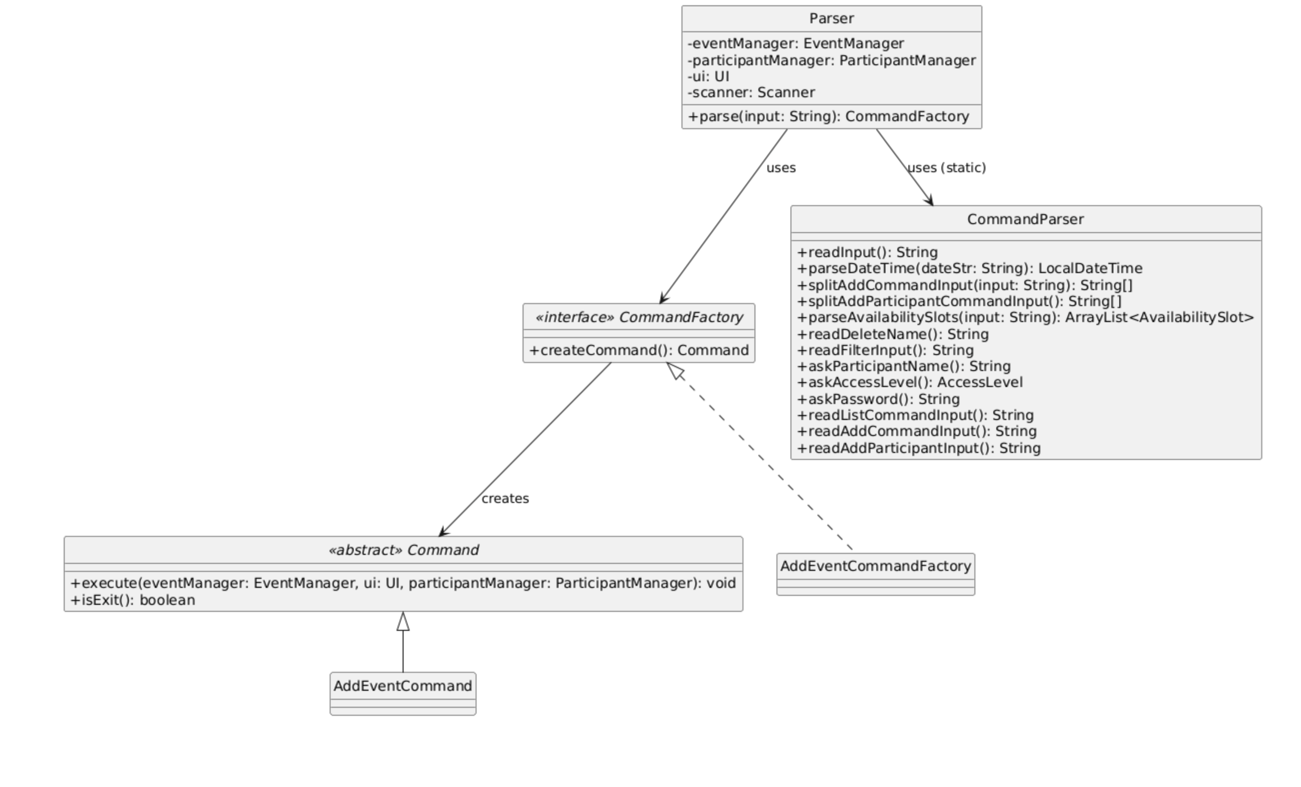
Above: docs/graph/Parser/ParserCD.png in AY2425S2-CS2113-W13-2/tp (PlantUML), before the change. Its source is kept beside it as docs/graph/Parser/ParserCD.puml. The source it was exported from:
```plantuml
@startuml
hide circle
skinparam classAttributeIconSize 0

interface "«interface» CommandFactory" {
    +createCommand(): Command
}

abstract class "«abstract» Command" {
    +execute(eventManager: EventManager, ui: UI, participantManager: ParticipantManager): void
    +isExit(): boolean
}

class Parser {
    - eventManager: EventManager
    - participantManager: ParticipantManager
    - ui: UI
    - scanner: Scanner
    + parse(input: String): CommandFactory
}

class CommandParser {
    + readInput(): String
    + parseDateTime(dateStr: String): LocalDateTime
    + splitAddCommandInput(input: String): String[]
    + splitAddParticipantCommandInput(): String[]
    + parseAvailabilitySlots(input: String): ArrayList<AvailabilitySlot>
    + readDeleteName(): String
    + readFilterInput(): String
    + askParticipantName(): String
    + askAccessLevel(): AccessLevel
    + askPassword(): String
    + readListCommandInput(): String
    + readAddCommandInput(): String
    + readAddParticipantInput(): String
}

class AddEventCommand

class AddEventCommandFactory

"«abstract» Command" <|-- AddEventCommand
"«interface» CommandFactory" <|.. AddEventCommandFactory

Parser --> "«interface» CommandFactory" : uses
Parser --> CommandParser : uses (static)
"«interface» CommandFactory" --> "«abstract» Command" : creates
@enduml
```
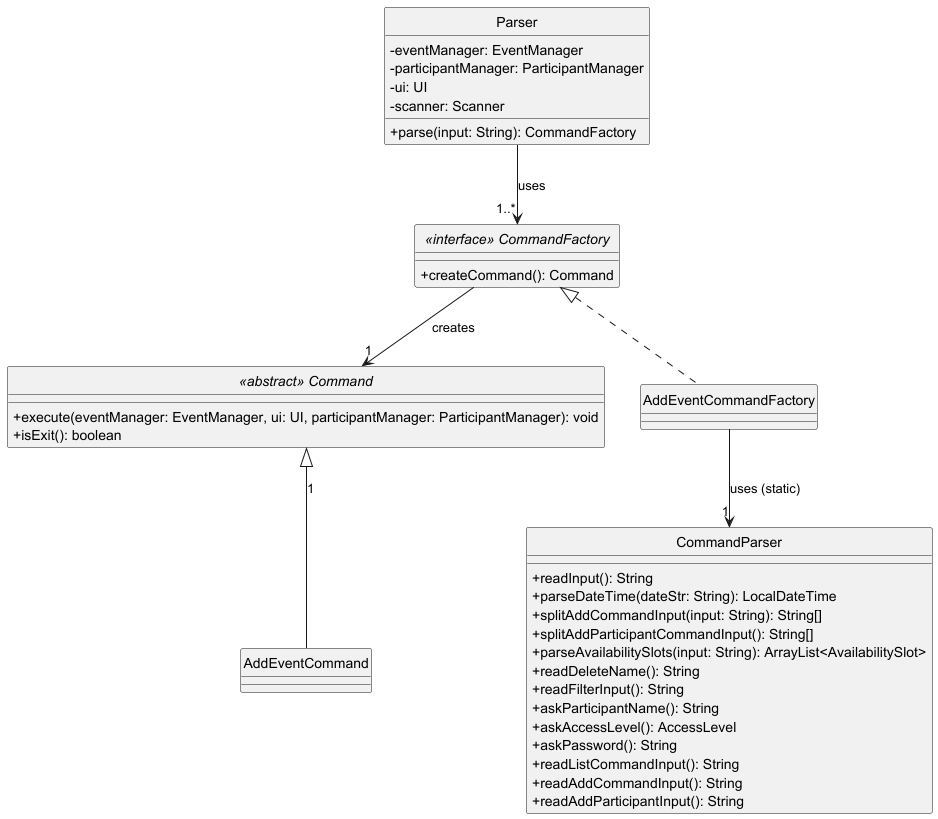
The same file after the commit.

The edit, as a diff of the source:
```diff
@@ -39,10 +39,10 @@
 
 class AddEventCommandFactory
 
-"«abstract» Command" <|-- AddEventCommand
+"«abstract» Command" <|-- AddEventCommand : 1
 "«interface» CommandFactory" <|.. AddEventCommandFactory
 
-Parser --> "«interface» CommandFactory" : uses
-Parser --> CommandParser : uses (static)
-"«interface» CommandFactory" --> "«abstract» Command" : creates
+Parser --> "1..*" "«interface» CommandFactory" : uses
+AddEventCommandFactory --> "1" CommandParser : uses (static)
+"«interface» CommandFactory" --> "1" "«abstract» Command" : creates
 @enduml
```
